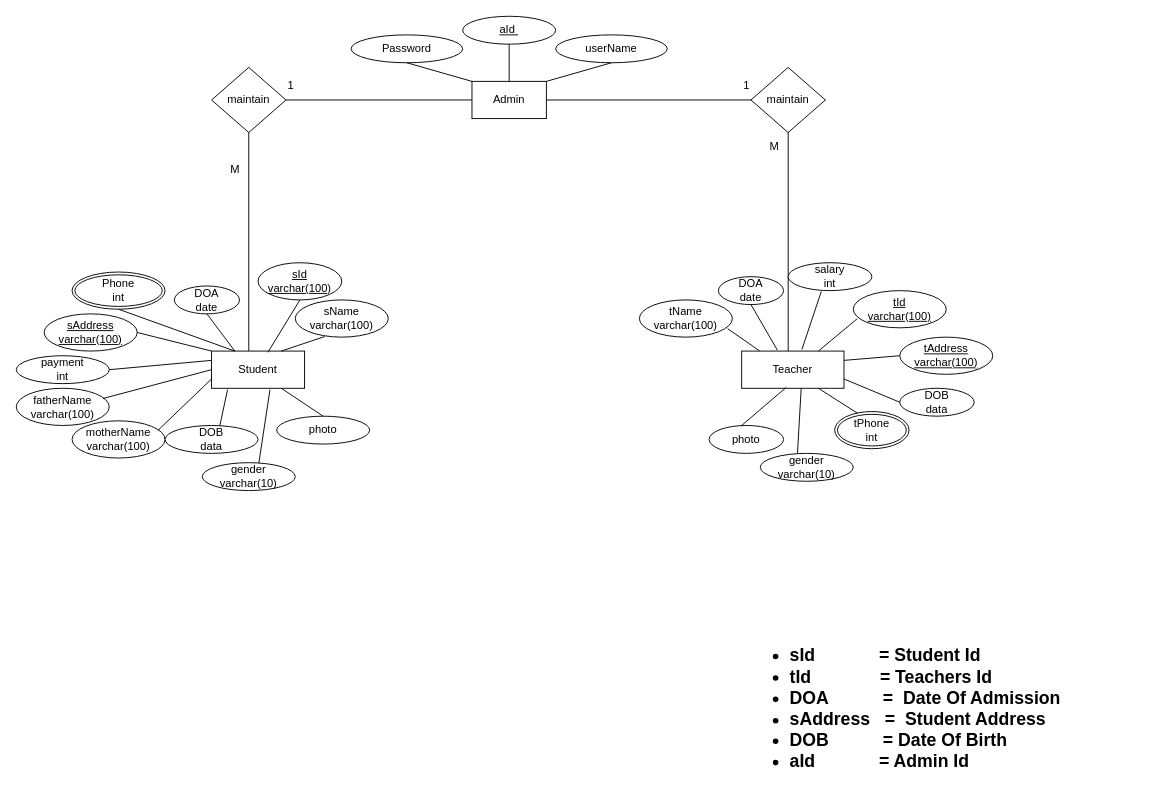
The draw.io diagram ER-Diagram.drawio in Dulara-Akalanka/Group-Software-Project, before the edit. Source tidied: cells renumbered, new cells numbered last; positions are measured from the earlier drawing's top-left corner, leaving out a move shared by most shapes. Both pictures are drawn from the tidied source at 93%, with x=0, y=0 at pixel (16, 16).
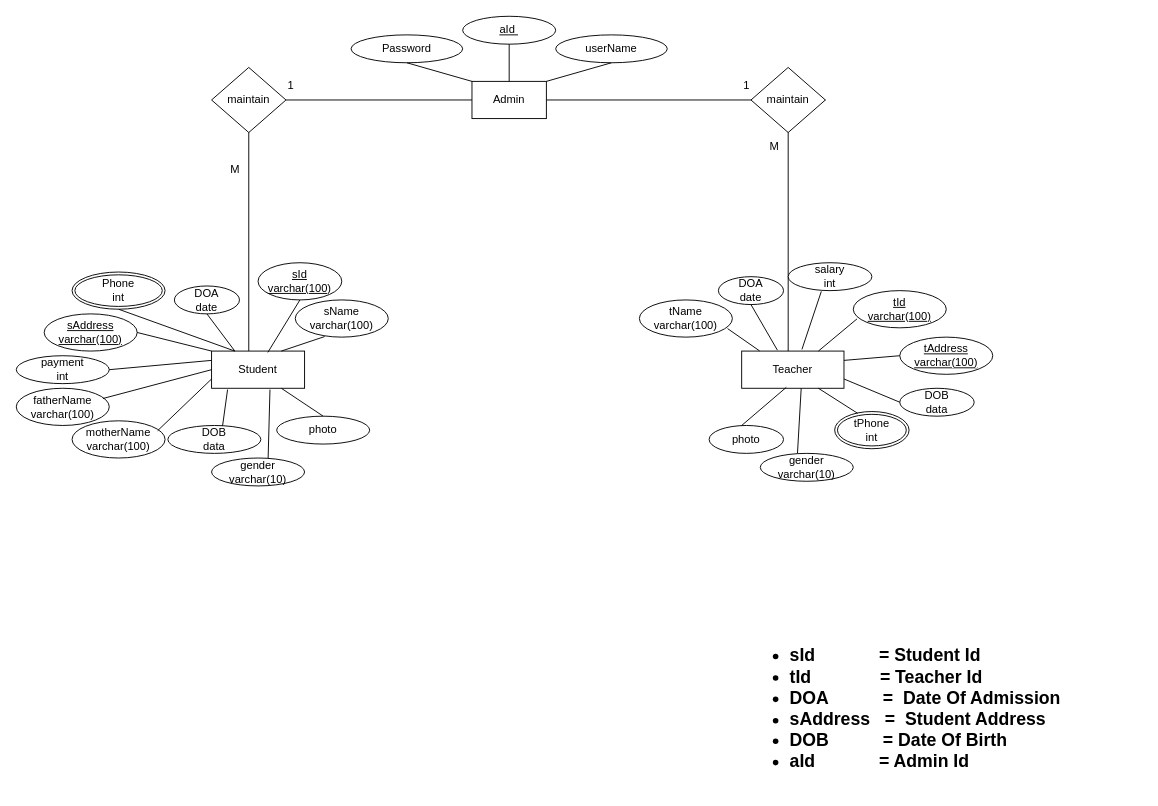
The same diagram, later.

The edit, as a diff of the source:
```diff
@@
     <mxCell id="14" value="DOB&lt;br&gt;data" style="ellipse;whiteSpace=wrap;html=1;align=center;" parent="1" vertex="1">
-      <mxGeometry x="160" y="440" width="100" height="30" as="geometry" />
+      <mxGeometry x="163" y="440" width="100" height="30" as="geometry" />
     </mxCell>
     <mxCell id="15" value="gender&lt;br&gt;varchar(10)" style="ellipse;whiteSpace=wrap;html=1;align=center;" parent="1" vertex="1">
-      <mxGeometry x="200" y="480" width="100" height="30" as="geometry" />
+      <mxGeometry x="210" y="475" width="100" height="30" as="geometry" />
     </mxCell>
@@
-    <mxCell id="57" value="&lt;blockquote style=&quot;margin: 0 0 0 40px; border: none; padding: 0px;&quot;&gt;&lt;div style=&quot;&quot;&gt;&lt;div style=&quot;font-size: 19px;&quot;&gt;&lt;ul&gt;&lt;li&gt;&lt;b&gt;&lt;span style=&quot;background-color: initial;&quot;&gt;sId&amp;nbsp; &amp;nbsp; &amp;nbsp; &amp;nbsp; &amp;nbsp; &amp;nbsp; &amp;nbsp;=&amp;nbsp;&lt;/span&gt;&lt;span style=&quot;background-color: initial;&quot;&gt;Student Id&lt;/span&gt;&lt;/b&gt;&lt;/li&gt;&lt;li&gt;&lt;span style=&quot;background-color: initial;&quot;&gt;&lt;b&gt;tId&amp;nbsp; &amp;nbsp; &amp;nbsp; &amp;nbsp; &amp;nbsp; &amp;nbsp; &amp;nbsp; = Teachers Id&amp;nbsp; &amp;nbsp; &amp;nbsp; &amp;nbsp; &amp;nbsp; &amp;nbsp; &amp;nbsp;&amp;nbsp;&lt;/b&gt;&lt;/span&gt;&lt;/li&gt;&lt;li&gt;&lt;span style=&quot;background-color: initial;&quot;&gt;&lt;b&gt;DOA&amp;nbsp; &amp;nbsp; &amp;nbsp; &amp;nbsp; &amp;nbsp; &amp;nbsp;=&amp;nbsp; Date Of Admission&lt;/b&gt;&lt;/span&gt;&lt;/li&gt;&lt;li&gt;&lt;span style=&quot;background-color: initial;&quot;&gt;&lt;b&gt;sAddress&amp;nbsp; &amp;nbsp;=&amp;nbsp; Student Address&lt;/b&gt;&lt;/span&gt;&lt;/li&gt;&lt;li&gt;&lt;span style=&quot;background-color: initial;&quot;&gt;&lt;b&gt;DOB&amp;nbsp; &amp;nbsp; &amp;nbsp; &amp;nbsp; &amp;nbsp; &amp;nbsp;= Date Of Birth&lt;/b&gt;&lt;/span&gt;&lt;/li&gt;&lt;li&gt;&lt;b&gt;aId&amp;nbsp; &amp;nbsp; &amp;nbsp; &amp;nbsp; &amp;nbsp; &amp;nbsp; &amp;nbsp;= Admin Id&lt;/b&gt;&lt;/li&gt;&lt;/ul&gt;&lt;/div&gt;&lt;/div&gt;&lt;/blockquote&gt;" style="text;html=1;strokeColor=none;fillColor=none;align=left;verticalAlign=middle;whiteSpace=wrap;rounded=0;" parent="1" vertex="1">
+    <mxCell id="57" value="&lt;blockquote style=&quot;margin: 0 0 0 40px; border: none; padding: 0px;&quot;&gt;&lt;div style=&quot;&quot;&gt;&lt;div style=&quot;font-size: 19px;&quot;&gt;&lt;ul&gt;&lt;li&gt;&lt;b&gt;&lt;span style=&quot;background-color: initial;&quot;&gt;sId&amp;nbsp; &amp;nbsp; &amp;nbsp; &amp;nbsp; &amp;nbsp; &amp;nbsp; &amp;nbsp;=&amp;nbsp;&lt;/span&gt;&lt;span style=&quot;background-color: initial;&quot;&gt;Student Id&lt;/span&gt;&lt;/b&gt;&lt;/li&gt;&lt;li&gt;&lt;span style=&quot;background-color: initial;&quot;&gt;&lt;b&gt;tId&amp;nbsp; &amp;nbsp; &amp;nbsp; &amp;nbsp; &amp;nbsp; &amp;nbsp; &amp;nbsp; = Teacher Id&amp;nbsp; &amp;nbsp; &amp;nbsp; &amp;nbsp; &amp;nbsp; &amp;nbsp; &amp;nbsp;&amp;nbsp;&lt;/b&gt;&lt;/span&gt;&lt;/li&gt;&lt;li&gt;&lt;span style=&quot;background-color: initial;&quot;&gt;&lt;b&gt;DOA&amp;nbsp; &amp;nbsp; &amp;nbsp; &amp;nbsp; &amp;nbsp; &amp;nbsp;=&amp;nbsp; Date Of Admission&lt;/b&gt;&lt;/span&gt;&lt;/li&gt;&lt;li&gt;&lt;span style=&quot;background-color: initial;&quot;&gt;&lt;b&gt;sAddress&amp;nbsp; &amp;nbsp;=&amp;nbsp; Student Address&lt;/b&gt;&lt;/span&gt;&lt;/li&gt;&lt;li&gt;&lt;span style=&quot;background-color: initial;&quot;&gt;&lt;b&gt;DOB&amp;nbsp; &amp;nbsp; &amp;nbsp; &amp;nbsp; &amp;nbsp; &amp;nbsp;= Date Of Birth&lt;/b&gt;&lt;/span&gt;&lt;/li&gt;&lt;li&gt;&lt;b&gt;aId&amp;nbsp; &amp;nbsp; &amp;nbsp; &amp;nbsp; &amp;nbsp; &amp;nbsp; &amp;nbsp;= Admin Id&lt;/b&gt;&lt;/li&gt;&lt;/ul&gt;&lt;/div&gt;&lt;/div&gt;&lt;/blockquote&gt;" style="text;html=1;strokeColor=none;fillColor=none;align=left;verticalAlign=middle;whiteSpace=wrap;rounded=0;" parent="1" vertex="1">
       <mxGeometry x="750" y="680" width="460" height="130" as="geometry" />
     </mxCell>
```
